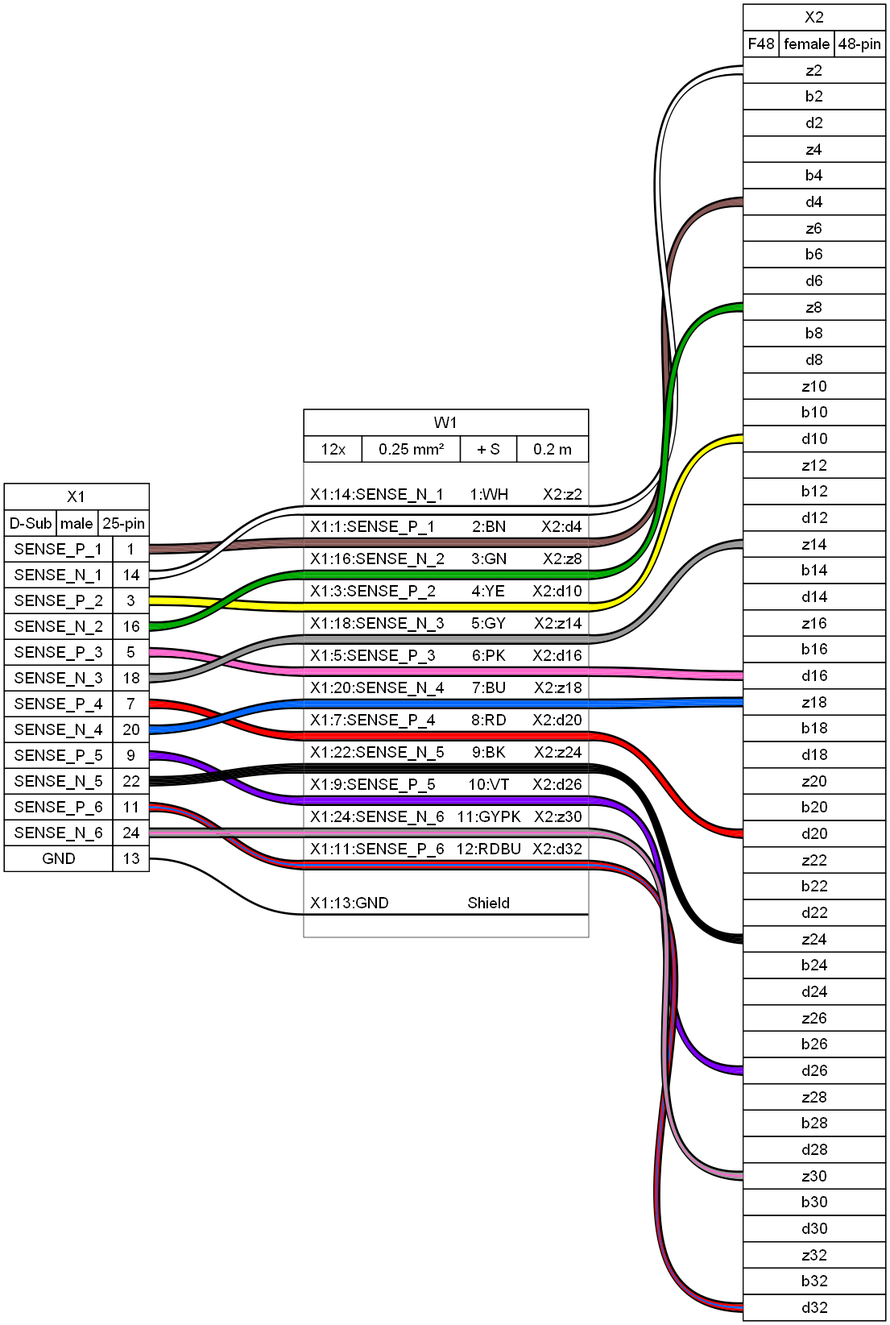
wireviz/WireViz keeps this Graphviz diagram as examples/ex09.png. Above is the earlier version. Its source is kept beside it as examples/ex09.gv.
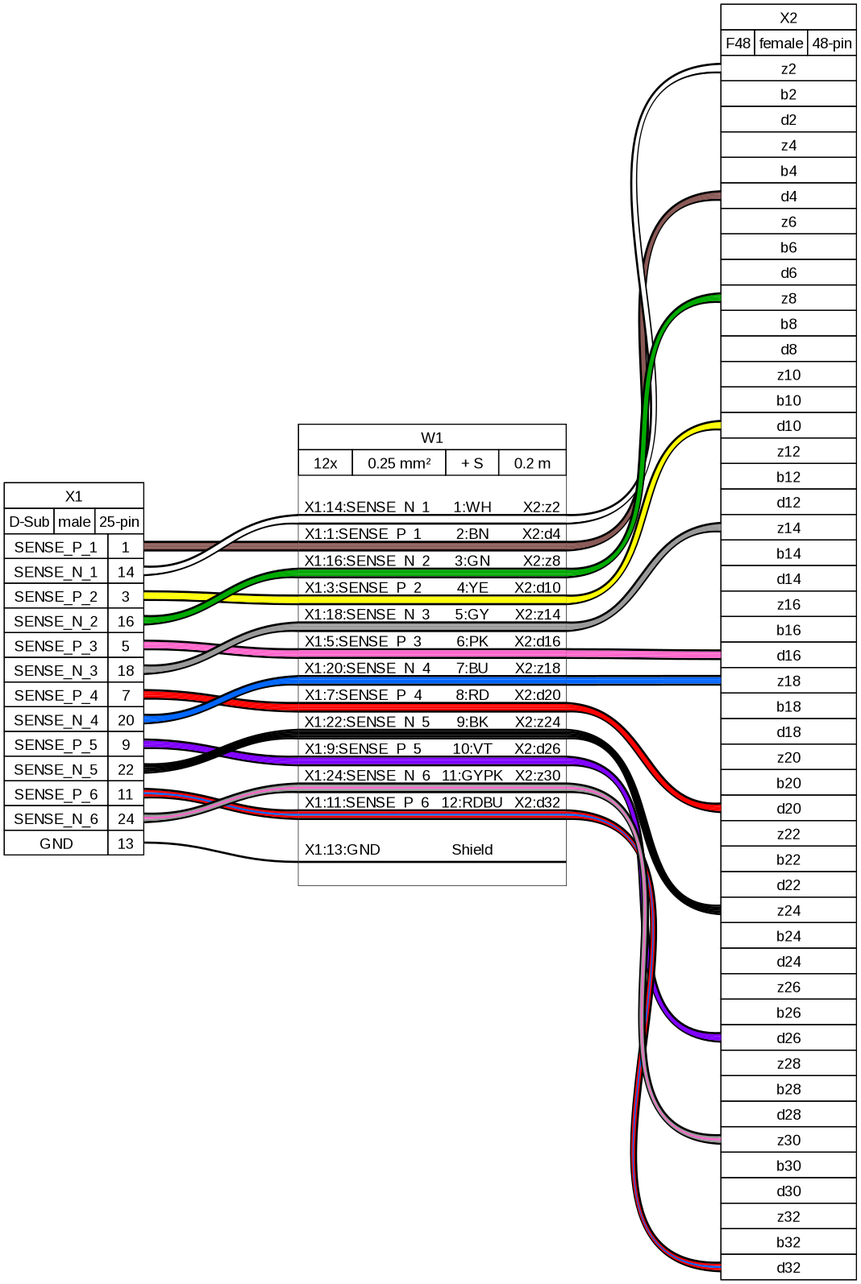
After the commit.

The edit, as a diff of the source:
```diff
@@ -29,67 +29,54 @@
    <table border="0" cellborder="1" cellpadding="3" cellspacing="0">
     <tr>
      <td>SENSE_P_1</td>
-     []
      <td port="p1r">1</td>
     </tr>
     <tr>
      <td>SENSE_N_1</td>
-     []
      <td port="p2r">14</td>
     </tr>
     <tr>
      <td>SENSE_P_2</td>
-     []
      <td port="p3r">3</td>
     </tr>
     <tr>
      <td>SENSE_N_2</td>
-     []
      <td port="p4r">16</td>
     </tr>
     <tr>
      <td>SENSE_P_3</td>
-     []
      <td port="p5r">5</td>
     </tr>
     <tr>
      <td>SENSE_N_3</td>
-     []
      <td port="p6r">18</td>
     </tr>
     <tr>
      <td>SENSE_P_4</td>
-     []
      <td port="p7r">7</td>
     </tr>
     <tr>
      <td>SENSE_N_4</td>
-     []
      <td port="p8r">20</td>
     </tr>
     <tr>
      <td>SENSE_P_5</td>
-     []
      <td port="p9r">9</td>
     </tr>
     <tr>
      <td>SENSE_N_5</td>
-     []
      <td port="p10r">22</td>
     </tr>
     <tr>
      <td>SENSE_P_6</td>
-     []
      <td port="p11r">11</td>
     </tr>
     <tr>
      <td>SENSE_N_6</td>
-     []
      <td port="p12r">24</td>
     </tr>
     <tr>
      <td>GND</td>
-     []
      <td port="p13r">13</td>
     </tr>
    </table>
@@ -125,242 +112,194 @@
     <tr>
      <td port="p1l">z2</td>
 
-     []
     </tr>
     <tr>
      <td port="p2l">b2</td>
 
-     []
     </tr>
     <tr>
      <td port="p3l">d2</td>
 
-     []
     </tr>
     <tr>
      <td port="p4l">z4</td>
 
-     []
     </tr>
     <tr>
      <td port="p5l">b4</td>
 
-     []
     </tr>
     <tr>
      <td port="p6l">d4</td>
 
-     []
     </tr>
     <tr>
      <td port="p7l">z6</td>
 
-     []
     </tr>
     <tr>
      <td port="p8l">b6</td>
 
-     []
     </tr>
     <tr>
      <td port="p9l">d6</td>
 
-     []
     </tr>
     <tr>
      <td port="p10l">z8</td>
 
-     []
     </tr>
     <tr>
      <td port="p11l">b8</td>
 
-     []
     </tr>
     <tr>
      <td port="p12l">d8</td>
 
-     []
     </tr>
     <tr>
      <td port="p13l">z10</td>
 
-     []
     </tr>
     <tr>
      <td port="p14l">b10</td>
 
-     []
     </tr>
     <tr>
      <td port="p15l">d10</td>
 
-     []
     </tr>
     <tr>
      <td port="p16l">z12</td>
 
-     []
     </tr>
     <tr>
      <td port="p17l">b12</td>
 
-     []
     </tr>
     <tr>
      <td port="p18l">d12</td>
 
-     []
     </tr>
     <tr>
      <td port="p19l">z14</td>
 
-     []
     </tr>
     <tr>
      <td port="p20l">b14</td>
 
-     []
     </tr>
     <tr>
      <td port="p21l">d14</td>
 
-     []
     </tr>
     <tr>
      <td port="p22l">z16</td>
 
-     []
     </tr>
     <tr>
      <td port="p23l">b16</td>
 
-     []
     </tr>
     <tr>
      <td port="p24l">d16</td>
 
-     []
     </tr>
     <tr>
      <td port="p25l">z18</td>
 
-     []
     </tr>
     <tr>
      <td port="p26l">b18</td>
 
-     []
     </tr>
     <tr>
      <td port="p27l">d18</td>
 
-     []
     </tr>
     <tr>
      <td port="p28l">z20</td>
 
-     []
     </tr>
     <tr>
      <td port="p29l">b20</td>
 
-     []
     </tr>
     <tr>
      <td port="p30l">d20</td>
 
-     []
     </tr>
     <tr>
      <td port="p31l">z22</td>
 
-     []
     </tr>
     <tr>
      <td port="p32l">b22</td>
 
-     []
     </tr>
     <tr>
      <td port="p33l">d22</td>
 
-     []
     </tr>
     <tr>
      <td port="p34l">z24</td>
 
-     []
     </tr>
     <tr>
      <td port="p35l">b24</td>
 
-     []
     </tr>
     <tr>
      <td port="p36l">d24</td>
 
-     []
     </tr>
     <tr>
      <td port="p37l">z26</td>
 
-     []
     </tr>
     <tr>
      <td port="p38l">b26</td>
 
-     []
     </tr>
     <tr>
      <td port="p39l">d26</td>
 
-     []
     </tr>
     <tr>
      <td port="p40l">z28</td>
 
-     []
     </tr>
     <tr>
      <td port="p41l">b28</td>
 
-     []
     </tr>
     <tr>
      <td port="p42l">d28</td>
 
-     []
     </tr>
     <tr>
      <td port="p43l">z30</td>
 
-     []
     </tr>
     <tr>
      <td port="p44l">b30</td>
 
-     []
     </tr>
     <tr>
      <td port="p45l">d30</td>
 
-     []
     </tr>
     <tr>
      <td port="p46l">z32</td>
 
-     []
     </tr>
     <tr>
      <td port="p47l">b32</td>
 
-     []
     </tr>
     <tr>
      <td port="p48l">d32</td>
 
-     []
     </tr>
    </table>
   </td>
@@ -404,25 +343,7 @@
      <td align="right">X2:z2 </td>
     </tr>
     <tr>
-     <td border="0" cellspacing="0" cellpadding="0" colspan="5" height="10" port="w1">
-      <table border="0" cellborder="0" cellspacing="0">
-       <tr>
-        <td bgcolor="#FFFFFF" border="0" cellpadding="0" colspan="5" height="2"></td>
-       </tr>
-       <tr>
-        <td bgcolor="#FFFFFF" border="0" cellpadding="0" colspan="5" height="2"></td>
-       </tr>
-       <tr>
-        <td bgcolor="#FFFFFF" border="0" cellpadding="0" colspan="5" height="2"></td>
-       </tr>
-       <tr>
-        <td bgcolor="#FFFFFF" border="0" cellpadding="0" colspan="5" height="2"></td>
-       </tr>
-       <tr>
-        <td bgcolor="#FFFFFF" border="0" cellpadding="0" colspan="5" height="2"></td>
-       </tr>
-      </table>
-     </td>
+     <td border="0" cellspacing="0" cellpadding="0" colspan="5" height="6" port="w1"></td>
     </tr>
     <tr>
      <td align="left"> X1:1:SENSE_P_1</td>
@@ -432,25 +353,7 @@
      <td align="right">X2:d4 </td>
     </tr>
     <tr>
-     <td border="0" cellspacing="0" cellpadding="0" colspan="5" height="10" port="w2">
-      <table border="0" cellborder="0" cellspacing="0">
-       <tr>
-        <td bgcolor="#FFFFFF" border="0" cellpadding="0" colspan="5" height="2"></td>
-       </tr>
-       <tr>
-        <td bgcolor="#FFFFFF" border="0" cellpadding="0" colspan="5" height="2"></td>
-       </tr>
-       <tr>
-        <td bgcolor="#FFFFFF" border="0" cellpadding="0" colspan="5" height="2"></td>
-       </tr>
-       <tr>
-        <td bgcolor="#FFFFFF" border="0" cellpadding="0" colspan="5" height="2"></td>
-       </tr>
-       <tr>
-        <td bgcolor="#FFFFFF" border="0" cellpadding="0" colspan="5" height="2"></td>
-       </tr>
-      </table>
-     </td>
+     <td border="0" cellspacing="0" cellpadding="0" colspan="5" height="6" port="w2"></td>
     </tr>
     <tr>
      <td align="left"> X1:16:SENSE_N_2</td>
@@ -460,25 +363,7 @@
      <td align="right">X2:z8 </td>
     </tr>
     <tr>
-     <td border="0" cellspacing="0" cellpadding="0" colspan="5" height="10" port="w3">
-      <table border="0" cellborder="0" cellspacing="0">
-       <tr>
-        <td bgcolor="#FFFFFF" border="0" cellpadding="0" colspan="5" height="2"></td>
-       </tr>
-       <tr>
-        <td bgcolor="#FFFFFF" border="0" cellpadding="0" colspan="5" height="2"></td>
-       </tr>
-       <tr>
-        <td bgcolor="#FFFFFF" border="0" cellpadding="0" colspan="5" height="2"></td>
-       </tr>
-       <tr>
-        <td bgcolor="#FFFFFF" border="0" cellpadding="0" colspan="5" height="2"></td>
-       </tr>
-       <tr>
-        <td bgcolor="#FFFFFF" border="0" cellpadding="0" colspan="5" height="2"></td>
-       </tr>
-      </table>
-     </td>
+     <td border="0" cellspacing="0" cellpadding="0" colspan="5" height="6" port="w3"></td>
     </tr>
     <tr>
      <td align="left"> X1:3:SENSE_P_2</td>
@@ -488,25 +373,7 @@
      <td align="right">X2:d10 </td>
     </tr>
     <tr>
-     <td border="0" cellspacing="0" cellpadding="0" colspan="5" height="10" port="w4">
-      <table border="0" cellborder="0" cellspacing="0">
-       <tr>
-        <td bgcolor="#FFFFFF" border="0" cellpadding="0" colspan="5" height="2"></td>
-       </tr>
-       <tr>
-        <td bgcolor="#FFFFFF" border="0" cellpadding="0" colspan="5" height="2"></td>
-       </tr>
-       <tr>
-        <td bgcolor="#FFFFFF" border="0" cellpadding="0" colspan="5" height="2"></td>
-       </tr>
-       <tr>
-        <td bgcolor="#FFFFFF" border="0" cellpadding="0" colspan="5" height="2"></td>
-       </tr>
-       <tr>
-        <td bgcolor="#FFFFFF" border="0" cellpadding="0" colspan="5" height="2"></td>
-       </tr>
-      </table>
-     </td>
+     <td border="0" cellspacing="0" cellpadding="0" colspan="5" height="6" port="w4"></td>
     </tr>
     <tr>
      <td align="left"> X1:18:SENSE_N_3</td>
@@ -516,25 +383,7 @@
      <td align="right">X2:z14 </td>
     </tr>
     <tr>
-     <td border="0" cellspacing="0" cellpadding="0" colspan="5" height="10" port="w5">
-      <table border="0" cellborder="0" cellspacing="0">
-       <tr>
-        <td bgcolor="#FFFFFF" border="0" cellpadding="0" colspan="5" height="2"></td>
-       </tr>
-       <tr>
-        <td bgcolor="#FFFFFF" border="0" cellpadding="0" colspan="5" height="2"></td>
-       </tr>
-       <tr>
-        <td bgcolor="#FFFFFF" border="0" cellpadding="0" colspan="5" height="2"></td>
-       </tr>
-       <tr>
-        <td bgcolor="#FFFFFF" border="0" cellpadding="0" colspan="5" height="2"></td>
-       </tr>
-       <tr>
-        <td bgcolor="#FFFFFF" border="0" cellpadding="0" colspan="5" height="2"></td>
-       </tr>
-      </table>
-     </td>
+     <td border="0" cellspacing="0" cellpadding="0" colspan="5" height="6" port="w5"></td>
     </tr>
     <tr>
      <td align="left"> X1:5:SENSE_P_3</td>
@@ -544,25 +393,7 @@
      <td align="right">X2:d16 </td>
     </tr>
     <tr>
-     <td border="0" cellspacing="0" cellpadding="0" colspan="5" height="10" port="w6">
-      <table border="0" cellborder="0" cellspacing="0">
-       <tr>
-        <td bgcolor="#FFFFFF" border="0" cellpadding="0" colspan="5" height="2"></td>
-       </tr>
-       <tr>
-        <td bgcolor="#FFFFFF" border="0" cellpadding="0" colspan="5" height="2"></td>
-       </tr>
-       <tr>
-        <td bgcolor="#FFFFFF" border="0" cellpadding="0" colspan="5" height="2"></td>
-       </tr>
-       <tr>
-        <td bgcolor="#FFFFFF" border="0" cellpadding="0" colspan="5" height="2"></td>
-       </tr>
-       <tr>
-        <td bgcolor="#FFFFFF" border="0" cellpadding="0" colspan="5" height="2"></td>
-       </tr>
-      </table>
-     </td>
+     <td border="0" cellspacing="0" cellpadding="0" colspan="5" height="6" port="w6"></td>
     </tr>
     <tr>
      <td align="left"> X1:20:SENSE_N_4</td>
@@ -572,25 +403,7 @@
      <td align="right">X2:z18 </td>
     </tr>
     <tr>
-     <td border="0" cellspacing="0" cellpadding="0" colspan="5" height="10" port="w7">
-      <table border="0" cellborder="0" cellspacing="0">
-       <tr>
-        <td bgcolor="#FFFFFF" border="0" cellpadding="0" colspan="5" height="2"></td>
-       </tr>
-       <tr>
-        <td bgcolor="#FFFFFF" border="0" cellpadding="0" colspan="5" height="2"></td>
-       </tr>
-       <tr>
-        <td bgcolor="#FFFFFF" border="0" cellpadding="0" colspan="5" height="2"></td>
-       </tr>
-       <tr>
-        <td bgcolor="#FFFFFF" border="0" cellpadding="0" colspan="5" height="2"></td>
-       </tr>
-       <tr>
-        <td bgcolor="#FFFFFF" border="0" cellpadding="0" colspan="5" height="2"></td>
-       </tr>
-      </table>
-     </td>
+     <td border="0" cellspacing="0" cellpadding="0" colspan="5" height="6" port="w7"></td>
     </tr>
     <tr>
      <td align="left"> X1:7:SENSE_P_4</td>
@@ -600,25 +413,7 @@
      <td align="right">X2:d20 </td>
     </tr>
     <tr>
-     <td border="0" cellspacing="0" cellpadding="0" colspan="5" height="10" port="w8">
-      <table border="0" cellborder="0" cellspacing="0">
-       <tr>
-        <td bgcolor="#FFFFFF" border="0" cellpadding="0" colspan="5" height="2"></td>
-       </tr>
-       <tr>
-        <td bgcolor="#FFFFFF" border="0" cellpadding="0" colspan="5" height="2"></td>
-       </tr>
-       <tr>
-        <td bgcolor="#FFFFFF" border="0" cellpadding="0" colspan="5" height="2"></td>
-       </tr>
-       <tr>
-        <td bgcolor="#FFFFFF" border="0" cellpadding="0" colspan="5" height="2"></td>
-       </tr>
-       <tr>
-        <td bgcolor="#FFFFFF" border="0" cellpadding="0" colspan="5" height="2"></td>
-       </tr>
-      </table>
-     </td>
+     <td border="0" cellspacing="0" cellpadding="0" colspan="5" height="6" port="w8"></td>
     </tr>
     <tr>
      <td align="left"> X1:22:SENSE_N_5</td>
@@ -628,25 +423,7 @@
      <td align="right">X2:z24 </td>
     </tr>
     <tr>
-     <td border="0" cellspacing="0" cellpadding="0" colspan="5" height="10" port="w9">
-      <table border="0" cellborder="0" cellspacing="0">
-       <tr>
-        <td bgcolor="#FFFFFF" border="0" cellpadding="0" colspan="5" height="2"></td>
-       </tr>
-       <tr>
-        <td bgcolor="#FFFFFF" border="0" cellpadding="0" colspan="5" height="2"></td>
-       </tr>
-       <tr>
-        <td bgcolor="#FFFFFF" border="0" cellpadding="0" colspan="5" height="2"></td>
-       </tr>
-       <tr>
-        <td bgcolor="#FFFFFF" border="0" cellpadding="0" colspan="5" height="2"></td>
-       </tr>
-       <tr>
-        <td bgcolor="#FFFFFF" border="0" cellpadding="0" colspan="5" height="2"></td>
-       </tr>
-      </table>
-     </td>
+     <td border="0" cellspacing="0" cellpadding="0" colspan="5" height="6" port="w9"></td>
     </tr>
     <tr>
      <td align="left"> X1:9:SENSE_P_5</td>
@@ -656,25 +433,7 @@
      <td align="right">X2:d26 </td>
     </tr>
     <tr>
-     <td border="0" cellspacing="0" cellpadding="0" colspan="5" height="10" port="w10">
-      <table border="0" cellborder="0" cellspacing="0">
-       <tr>
-        <td bgcolor="#FFFFFF" border="0" cellpadding="0" colspan="5" height="2"></td>
-       </tr>
-       <tr>
-        <td bgcolor="#FFFFFF" border="0" cellpadding="0" colspan="5" height="2"></td>
-       </tr>
-       <tr>
-        <td bgcolor="#FFFFFF" border="0" cellpadding="0" colspan="5" height="2"></td>
-       </tr>
-       <tr>
-        <td bgcolor="#FFFFFF" border="0" cellpadding="0" colspan="5" height="2"></td>
-       </tr>
-       <tr>
-        <td bgcolor="#FFFFFF" border="0" cellpadding="0" colspan="5" height="2"></td>
-       </tr>
-      </table>
-     </td>
+     <td border="0" cellspacing="0" cellpadding="0" colspan="5" height="6" port="w10"></td>
     </tr>
     <tr>
      <td align="left"> X1:24:SENSE_N_6</td>
@@ -684,25 +443,7 @@
      <td align="right">X2:z30 </td>
     </tr>
     <tr>
-     <td border="0" cellspacing="0" cellpadding="0" colspan="5" height="10" port="w11">
-      <table border="0" cellborder="0" cellspacing="0">
-       <tr>
-        <td bgcolor="#FFFFFF" border="0" cellpadding="0" colspan="5" height="2"></td>
-       </tr>
-       <tr>
-        <td bgcolor="#FFFFFF" border="0" cellpadding="0" colspan="5" height="2"></td>
-       </tr>
-       <tr>
-        <td bgcolor="#FFFFFF" border="0" cellpadding="0" colspan="5" height="2"></td>
-       </tr>
-       <tr>
-        <td bgcolor="#FFFFFF" border="0" cellpadding="0" colspan="5" height="2"></td>
-       </tr>
-       <tr>
-        <td bgcolor="#FFFFFF" border="0" cellpadding="0" colspan="5" height="2"></td>
-       </tr>
-      </table>
-     </td>
+     <td border="0" cellspacing="0" cellpadding="0" colspan="5" height="6" port="w11"></td>
     </tr>
     <tr>
      <td align="left"> X1:11:SENSE_P_6</td>
@@ -712,25 +453,7 @@
      <td align="right">X2:d32 </td>
     </tr>
     <tr>
-     <td border="0" cellspacing="0" cellpadding="0" colspan="5" height="10" port="w12">
-      <table border="0" cellborder="0" cellspacing="0">
-       <tr>
-        <td bgcolor="#FFFFFF" border="0" cellpadding="0" colspan="5" height="2"></td>
-       </tr>
-       <tr>
-        <td bgcolor="#FFFFFF" border="0" cellpadding="0" colspan="5" height="2"></td>
-       </tr>
-       <tr>
-        <td bgcolor="#FFFFFF" border="0" cellpadding="0" colspan="5" height="2"></td>
-       </tr>
-       <tr>
-        <td bgcolor="#FFFFFF" border="0" cellpadding="0" colspan="5" height="2"></td>
-       </tr>
-       <tr>
-        <td bgcolor="#FFFFFF" border="0" cellpadding="0" colspan="5" height="2"></td>
-       </tr>
-      </table>
-     </td>
+     <td border="0" cellspacing="0" cellpadding="0" colspan="5" height="6" port="w12"></td>
     </tr>
     <tr>
      <td>&nbsp;</td>
@@ -743,13 +466,7 @@
      <td align="right"> </td>
     </tr>
     <tr>
-     <td border="0" cellspacing="0" cellpadding="0" colspan="5" height="2" port="w13">
-      <table border="0" cellborder="0" cellspacing="0">
-       <tr>
-        <td bgcolor="#FFFFFF" border="0" cellpadding="0" colspan="5" height="2"></td>
-       </tr>
-      </table>
-     </td>
+     <td border="0" cellspacing="0" cellpadding="0" colspan="5" height="6" port="w13"></td>
     </tr>
     <tr>
      <td>&nbsp;</td>
```
